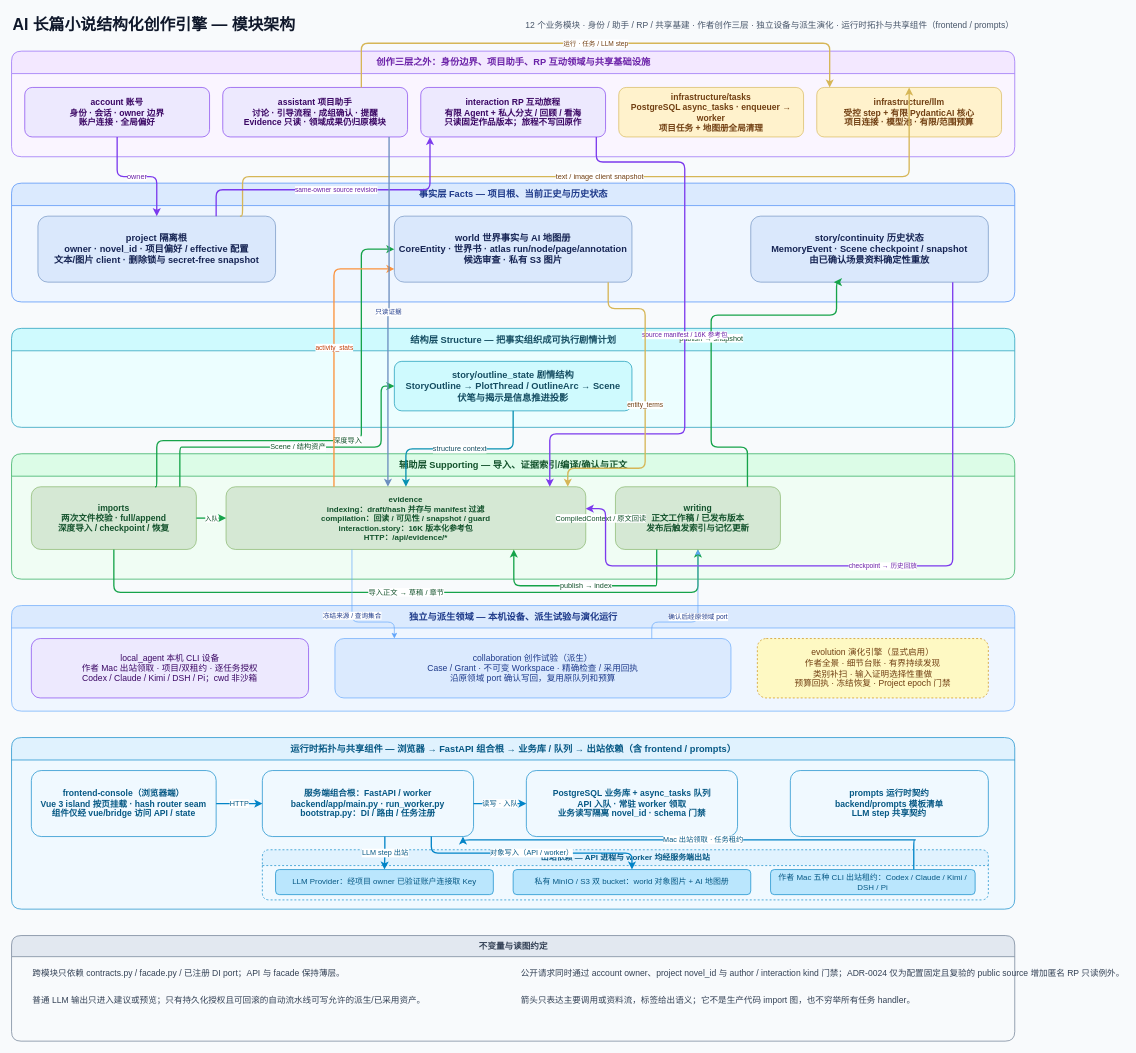
The draw.io diagram docs/architecture/module-architecture.drawio in FengHuoLinShan/ai-writing-assist, before the edit. Source tidied: cells renumbered, new cells numbered last; positions are measured from the earlier drawing's top-left corner, leaving out a move shared by most shapes. Both pictures are drawn from the tidied source at 66%, with x=0, y=0 at pixel (11, 11).
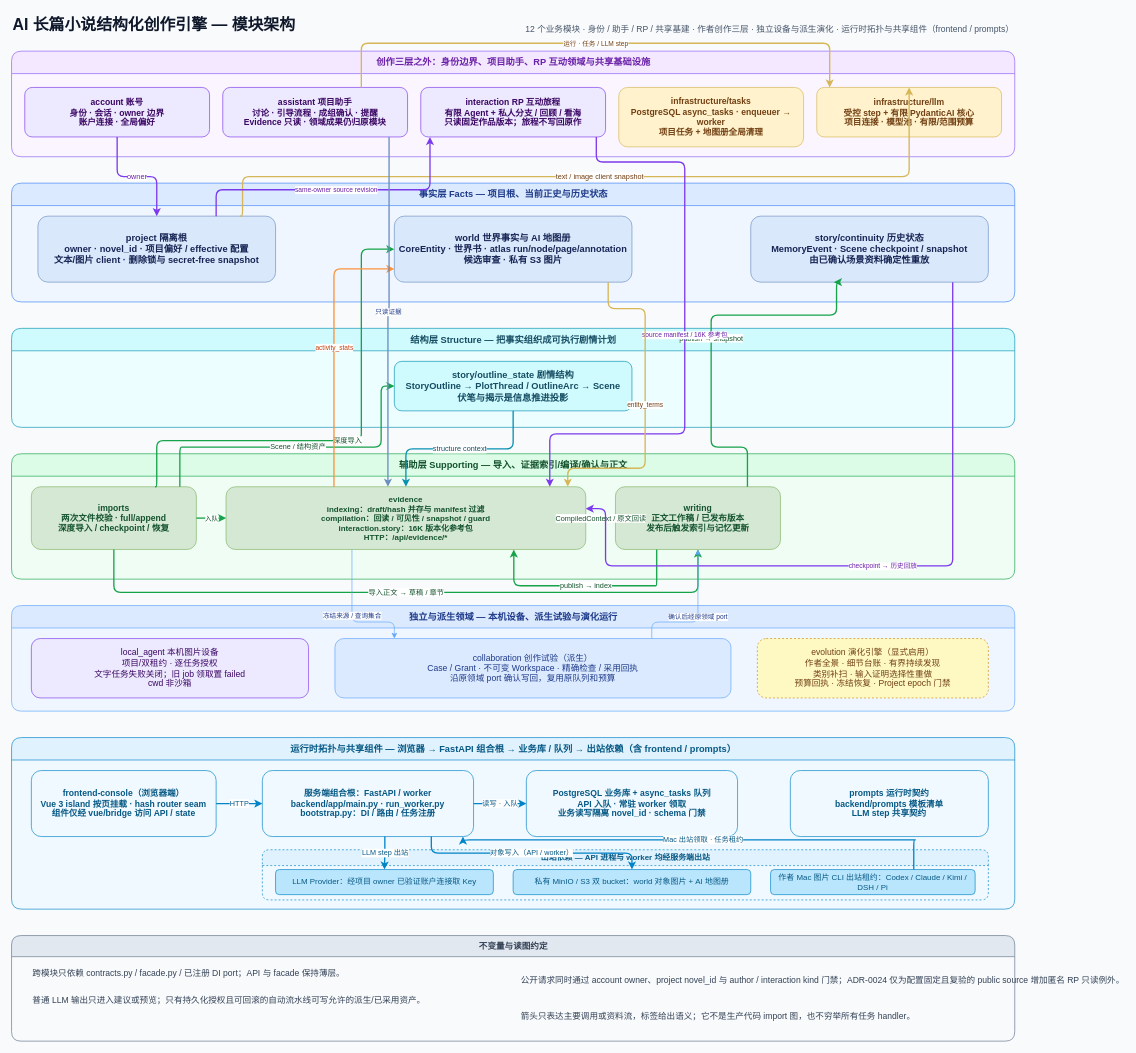
The same page after the edit.

The change refers to these unchanged cells:
```xml
<mxCell id="4" value="创作三层之外：身份边界、项目助手、RP 互动领域与共享基础设施" style="swimlane;startSize=34;horizontal=1;rounded=1;html=1;fillColor=#f3e8ff;swimlaneFillColor=#faf5ff;strokeColor=#8b5cf6;fontColor=#6b21a8;fontSize=14;fontStyle=1;" parent="1" vertex="1">
  <mxGeometry y="60" width="1520" height="160" as="geometry" />
</mxCell>
<mxCell id="20" value="独立与派生领域 — 本机设备、派生试验与演化运行" style="swimlane;startSize=34;horizontal=1;rounded=1;html=1;fillColor=#dbeafe;swimlaneFillColor=#eff6ff;strokeColor=#60a5fa;fontColor=#1e3a8a;fontSize=14;fontStyle=1;" parent="1" vertex="1">
  <mxGeometry y="900" width="1520" height="160" as="geometry" />
</mxCell>
<mxCell id="29" value="出站依赖 — API 进程与 worker 均经服务端出站" style="swimlane;startSize=24;horizontal=1;rounded=1;html=1;fillColor=#e0f2fe;swimlaneFillColor=#f0f9ff;strokeColor=#0284c7;fontColor=#075985;fontSize=12;fontStyle=1;dashed=1;" parent="24" vertex="1">
  <mxGeometry x="380" y="170" width="1100" height="76" as="geometry" />
</mxCell>
<mxCell id="33" value="不变量与读图约定" style="swimlane;startSize=32;horizontal=1;rounded=1;html=1;fillColor=#e2e8f0;swimlaneFillColor=#f8fafc;strokeColor=#64748b;fontColor=#334155;fontSize=13;fontStyle=1;" parent="1" vertex="1">
  <mxGeometry y="1400" width="1520" height="160" as="geometry" />
</mxCell>
```

What changed in the source:
```diff
@@
     <mxCell id="3" value="12 个业务模块 · 身份 / 助手 / RP / 共享基建 · 作者创作三层 · 独立设备与派生演化 · 运行时拓扑与共享组件（frontend / prompts）" style="text;html=1;align=right;verticalAlign=middle;fontSize=13;fontColor=#475569;" parent="1" vertex="1">
-      <mxGeometry x="760" y="5" width="760" height="30" as="geometry" />
+      <mxGeometry x="760" y="5" width="760" height="44" as="geometry" />
     </mxCell>
@@
     <mxCell id="8" value="infrastructure/tasks&#10;PostgreSQL async_tasks · enqueuer → worker&#10;项目任务 + 地图册全局清理" style="rounded=1;whiteSpace=wrap;html=1;fillColor=#fff2cc;strokeColor=#d6b656;fontColor=#713f12;fontSize=13;fontStyle=1;spacing=8;" parent="4" vertex="1">
-      <mxGeometry x="920" y="55" width="280" height="75" as="geometry" />
+      <mxGeometry x="920" y="55" width="280" height="90" as="geometry" />
     </mxCell>
@@
-    <mxCell id="21" value="local_agent 本机 CLI 设备&#10;作者 Mac 出站领取 · 项目/双租约 · 逐任务授权&#10;Codex / Claude / Kimi / DSH / Pi；cwd 非沙箱" style="rounded=1;whiteSpace=wrap;html=1;fillColor=#ede9fe;strokeColor=#7c3aed;fontColor=#3b0764;fontSize=13;spacing=8;" parent="20" vertex="1">
+    <mxCell id="21" value="local_agent 本机图片设备&#10;项目/双租约 · 逐任务授权&#10;文字任务失败关闭；旧 job 领取置 failed&#10;cwd 非沙箱" style="rounded=1;whiteSpace=wrap;html=1;fillColor=#ede9fe;strokeColor=#7c3aed;fontColor=#3b0764;fontSize=13;spacing=8;" parent="20" vertex="1">
       <mxGeometry x="30" y="50" width="420" height="90" as="geometry" />
     </mxCell>
@@
-    <mxCell id="32" value="作者 Mac 五种 CLI 出站租约：Codex / Claude / Kimi / DSH / Pi" style="rounded=1;whiteSpace=wrap;html=1;fillColor=#bae6fd;strokeColor=#0284c7;fontColor=#075985;fontSize=12;spacing=4;" parent="29" vertex="1">
+    <mxCell id="32" value="作者 Mac 图片 CLI 出站租约：Codex / Claude / Kimi / DSH / Pi" style="rounded=1;whiteSpace=wrap;html=1;fillColor=#bae6fd;strokeColor=#0284c7;fontColor=#075985;fontSize=12;spacing=4;" parent="29" vertex="1">
       <mxGeometry x="770" y="30" width="310" height="38" as="geometry" />
     </mxCell>
@@
     <mxCell id="35" value="公开请求同时通过 account owner、project novel_id 与 author / interaction kind 门禁；ADR-0024 仅为配置固定且复验的 public source 增加匿名 RP 只读例外。" style="text;html=1;align=left;verticalAlign=middle;fontSize=13;fontColor=#334155;" parent="33" vertex="1">
-      <mxGeometry x="770" y="42" width="710" height="30" as="geometry" />
+      <mxGeometry x="770" y="42" width="710" height="50" as="geometry" />
     </mxCell>
@@
     <mxCell id="37" value="箭头只表达主要调用或资料流，标签给出语义；它不是生产代码 import 图，也不穷举所有任务 handler。" style="text;html=1;align=left;verticalAlign=middle;fontSize=13;fontColor=#334155;" parent="33" vertex="1">
-      <mxGeometry x="770" y="78" width="710" height="40" as="geometry" />
+      <mxGeometry x="770" y="102" width="710" height="40" as="geometry" />
     </mxCell>
```
